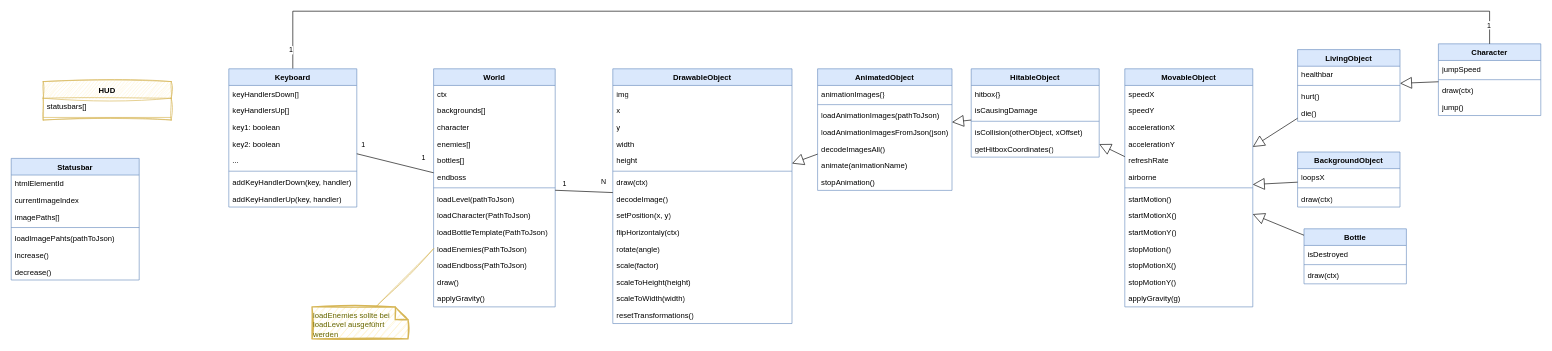
This is uml/classDiagram.drawio from ReinhardWansch/ElPolloLoco, a draw.io file, before an edit. Source tidied: cells renumbered, new cells numbered last; positions are measured from the earlier drawing's top-left corner, leaving out a move shared by most shapes. Both pictures are drawn from the tidied source at 64%, with x=0, y=0 at pixel (11, 11).
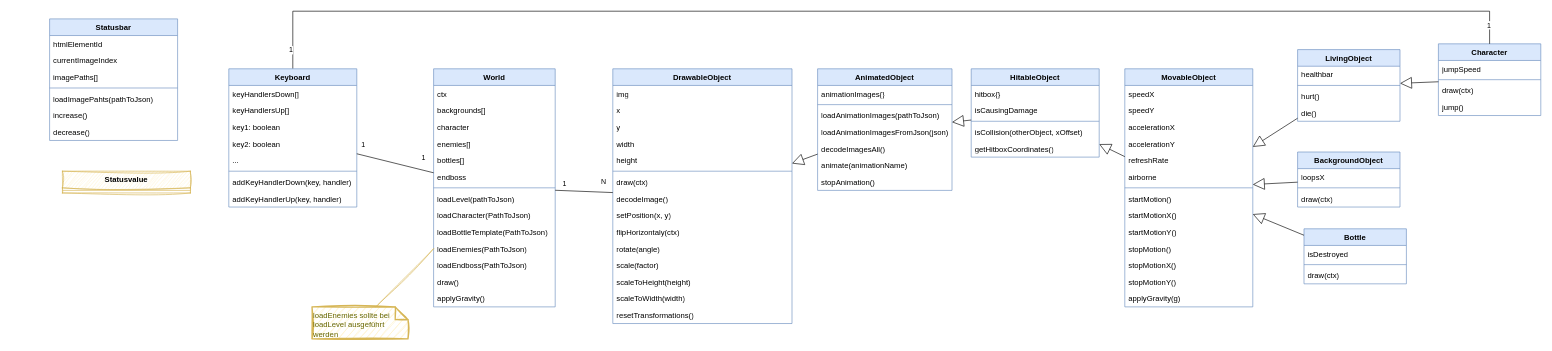
After the change.

The edit, as a diff of the source:
```diff
@@
     <mxCell id="96" value="Statusbar" style="swimlane;fontStyle=1;align=center;verticalAlign=top;horizontal=1;startSize=26;whiteSpace=wrap;html=1;fillColor=#dae8fc;strokeColor=#6c8ebf;" parent="1" vertex="1">
-      <mxGeometry y="230" width="200" height="190" as="geometry" />
+      <mxGeometry x="60" y="12" width="200" height="190" as="geometry" />
     </mxCell>
@@
-    <mxCell id="104" value="HUD" style="swimlane;fontStyle=1;align=center;verticalAlign=top;horizontal=1;startSize=26;whiteSpace=wrap;html=1;fillColor=#fff2cc;strokeColor=#d6b656;sketch=1;curveFitting=1;jiggle=2;" parent="1" vertex="1">
-      <mxGeometry x="50" y="110" width="200" height="60" as="geometry" />
-    </mxCell>
-    <mxCell id="105" value="statusbars[]" style="text;strokeColor=none;fillColor=none;align=left;verticalAlign=top;spacingLeft=4;spacingRight=4;overflow=hidden;whiteSpace=wrap;html=1;" parent="104" vertex="1">
-      <mxGeometry y="26" width="200" height="26" as="geometry" />
-    </mxCell>
-    <mxCell id="106" style="line;strokeWidth=1;fillColor=none;align=left;verticalAlign=middle;spacingTop=-1;spacingLeft=3;spacingRight=3;labelPosition=right;strokeColor=inherit;" parent="104" vertex="1">
-      <mxGeometry y="52" width="200" height="8" as="geometry" />
-    </mxCell>
@@
+    <mxCell id="118" value="Statusvalue" style="swimlane;fontStyle=1;align=center;verticalAlign=top;horizontal=1;startSize=26;whiteSpace=wrap;html=1;fillColor=#fff2cc;strokeColor=#d6b656;sketch=1;curveFitting=1;jiggle=2;" parent="1" vertex="1">
+      <mxGeometry x="80" y="250" width="200" height="34" as="geometry" />
+    </mxCell>
+    <mxCell id="119" style="line;strokeWidth=1;fillColor=none;align=left;verticalAlign=middle;spacingTop=-1;spacingLeft=3;spacingRight=3;labelPosition=right;strokeColor=inherit;" parent="118" vertex="1">
+      <mxGeometry y="26" width="200" height="8" as="geometry" />
+    </mxCell>
```
